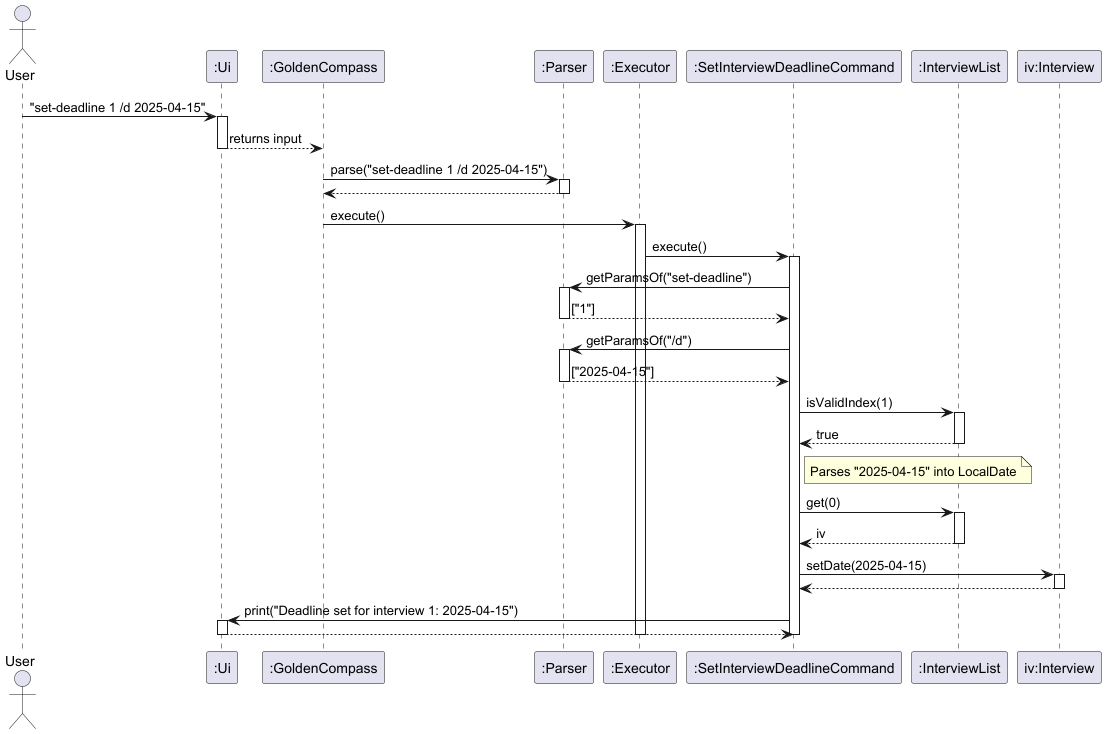
Above: docs/diagrams/SetDeadlineSequenceDiagram.png in Yian123330/tp (PlantUML), before the change.
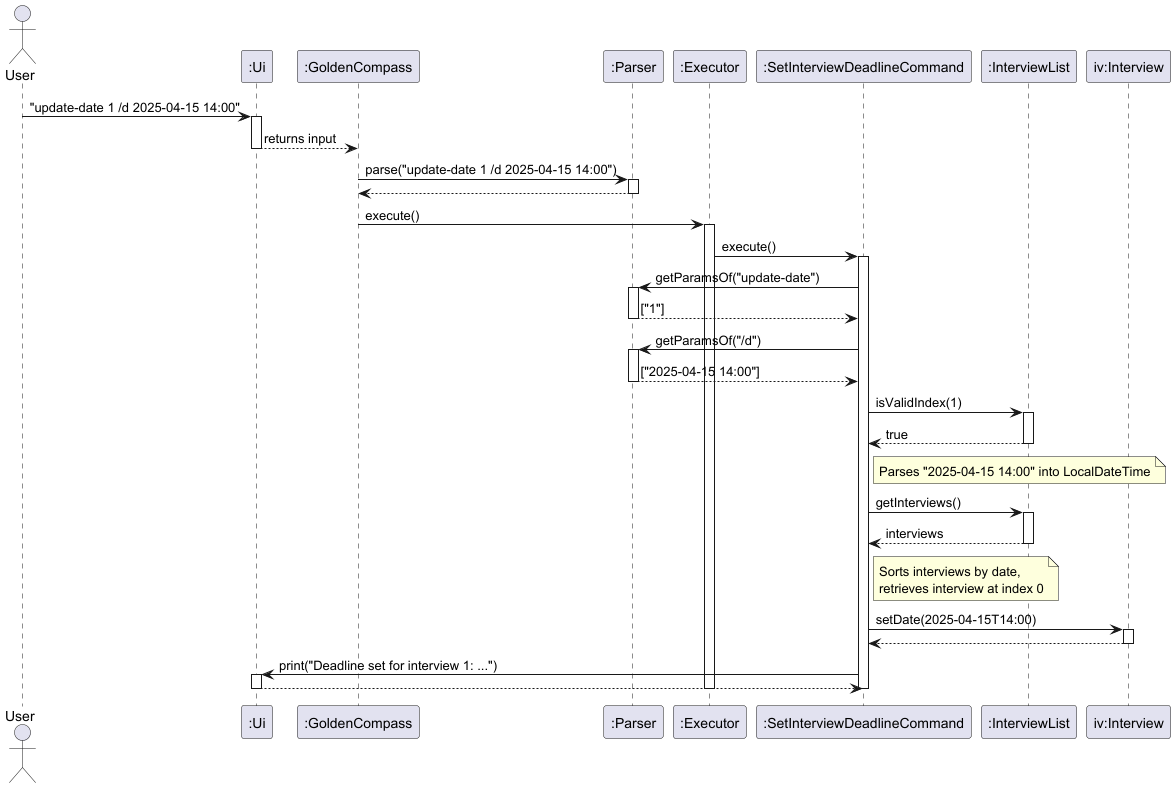
The same file after the commit.

Commit message:
Update SetDeadline and add SearchInterview sequence diagram PNGs

Change to the diagram source:
```diff
@@ -8,12 +8,12 @@
 participant ":InterviewList" as IVL
 participant "iv:Interview" as IV
 
-User -> Ui : "set-deadline 1 /d 2025-04-15"
+User -> Ui : "update-date 1 /d 2025-04-15 14:00"
 activate Ui
 Ui --> GC : returns input
 deactivate Ui
 
-GC -> Parser : parse("set-deadline 1 /d 2025-04-15")
+GC -> Parser : parse("update-date 1 /d 2025-04-15 14:00")
 activate Parser
 Parser --> GC
 deactivate Parser
@@ -23,14 +23,14 @@
 Executor -> SDC : execute()
 activate SDC
 
-SDC -> Parser : getParamsOf("set-deadline")
+SDC -> Parser : getParamsOf("update-date")
 activate Parser
 Parser --> SDC : ["1"]
 deactivate Parser
 
 SDC -> Parser : getParamsOf("/d")
 activate Parser
-Parser --> SDC : ["2025-04-15"]
+Parser --> SDC : ["2025-04-15 14:00"]
 deactivate Parser
 
 SDC -> IVL : isValidIndex(1)
@@ -38,19 +38,21 @@
 IVL --> SDC : true
 deactivate IVL
 
-note right of SDC : Parses "2025-04-15" into LocalDate
+note right of SDC : Parses "2025-04-15 14:00" into LocalDateTime
 
-SDC -> IVL : get(0)
+SDC -> IVL : getInterviews()
 activate IVL
-IVL --> SDC : iv
+IVL --> SDC : interviews
 deactivate IVL
 
-SDC -> IV : setDate(2025-04-15)
+note right of SDC : Sorts interviews by date,\nretrieves interview at index 0
+
+SDC -> IV : setDate(2025-04-15T14:00)
 activate IV
 IV --> SDC
 deactivate IV
 
-SDC -> Ui : print("Deadline set for interview 1: 2025-04-15")
+SDC -> Ui : print("Deadline set for interview 1: ...")
 activate Ui
 Ui --> SDC
 deactivate Ui
```
